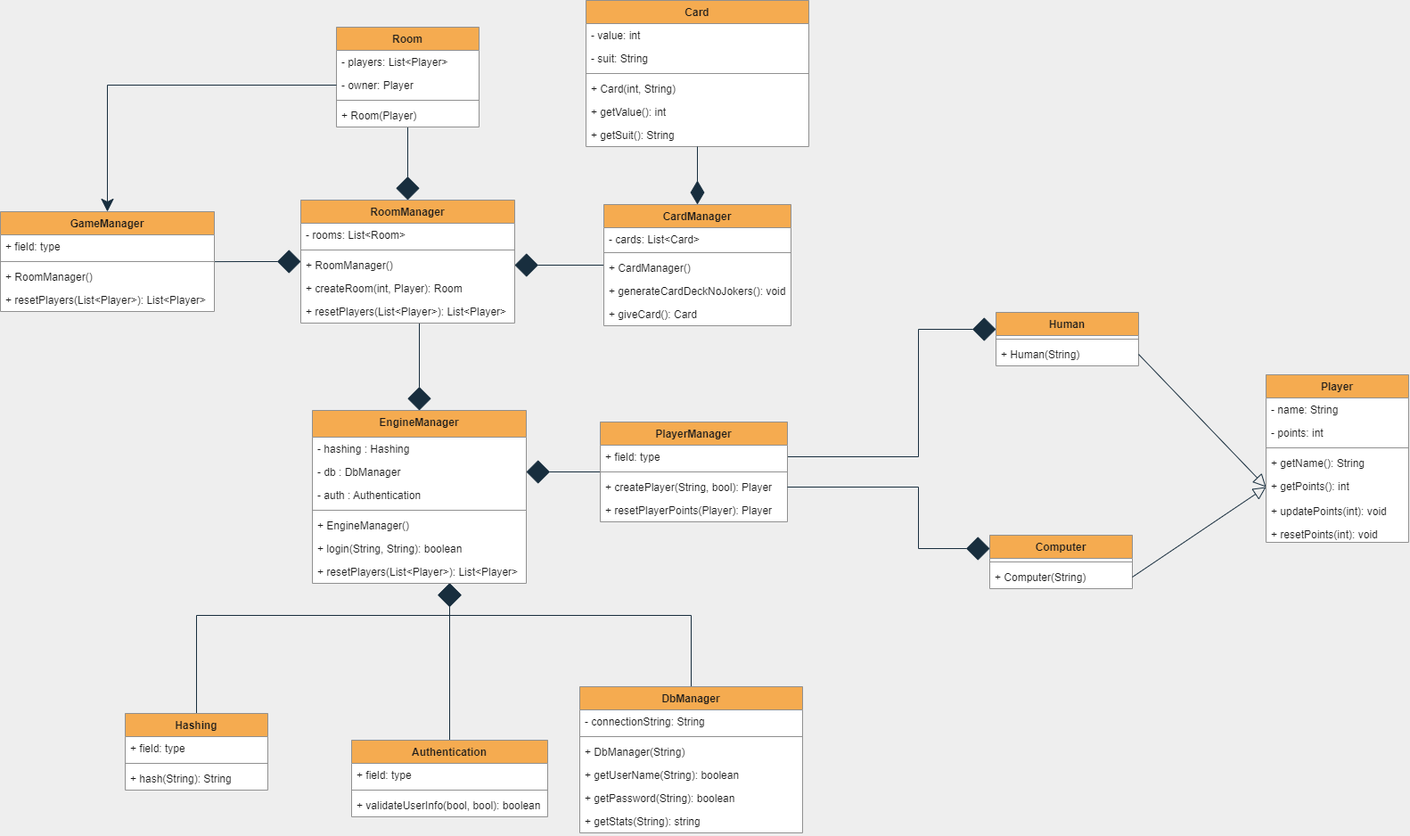
Olivervesth/KortKlubben keeps this draw.io diagram as Diagrammer/Klasse Diagram.drawio.png. Above is the earlier version. Source tidied: cells renumbered, new cells last; positions are measured from the earlier drawing's top-left corner, leaving out a move shared by most shapes.
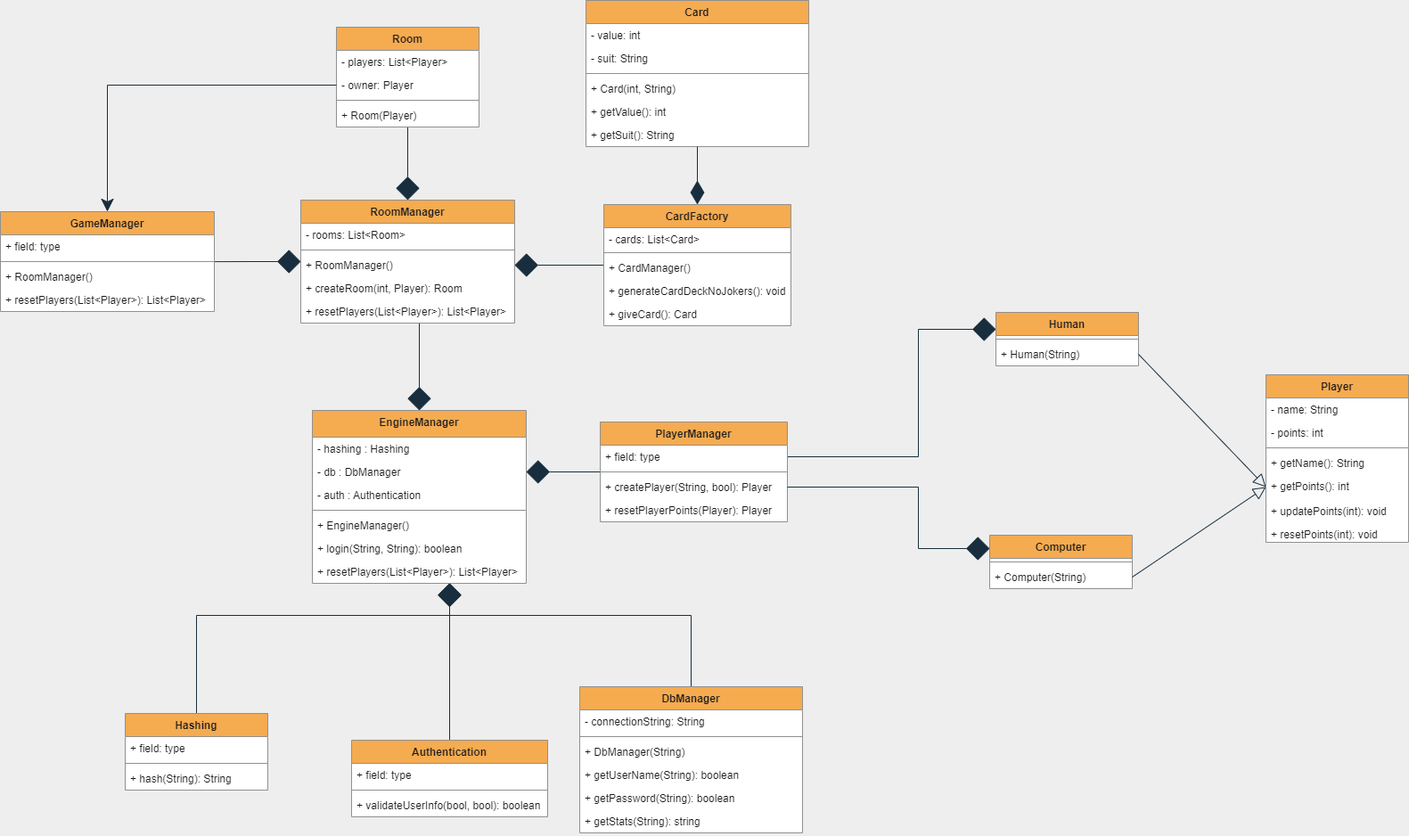
Later version of the same file.

What changed in the source:
```diff
@@ -44,7 +44,7 @@
     <mxCell id="15" style="edgeStyle=orthogonalEdgeStyle;rounded=0;jettySize=auto;html=1;entryX=1;entryY=0.5;entryDx=0;entryDy=0;endArrow=diamond;endFill=1;endSize=24;labelBackgroundColor=#EEEEEE;strokeColor=#182E3E;fontColor=#1A1A1A;" parent="1" edge="1" source="16" target="27">
       <mxGeometry relative="1" as="geometry" />
     </mxCell>
-    <mxCell id="16" value="CardManager" style="swimlane;fontStyle=1;align=center;verticalAlign=top;horizontal=1;startSize=26;fillColor=#F5AB50;strokeColor=#909090;fontColor=#1A1A1A;rounded=0;swimlaneFillColor=default;" parent="1" vertex="1">
+    <mxCell id="16" value="CardFactory" style="swimlane;fontStyle=1;align=center;verticalAlign=top;horizontal=1;startSize=26;fillColor=#F5AB50;strokeColor=#909090;fontColor=#1A1A1A;rounded=0;swimlaneFillColor=default;" parent="1" vertex="1">
       <mxGeometry x="677" y="229" width="210" height="136" as="geometry" />
     </mxCell>
     <mxCell id="17" value="- cards: List&lt;Card&gt;" style="text;strokeColor=none;fillColor=none;align=left;verticalAlign=top;spacingLeft=4;spacingRight=4;overflow=hidden;fontColor=#1A1A1A;rounded=0;" parent="16" vertex="1">
```
